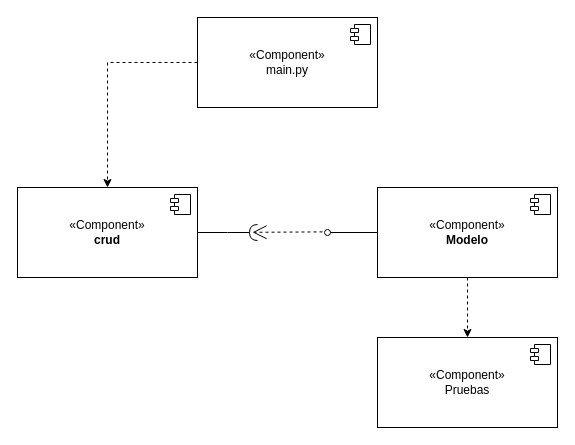
This is Diagrama sin título.drawio from josedavidmarin/COMP, a draw.io file, before an edit. Source tidied: cells renumbered, new cells numbered last; positions are measured from the earlier drawing's top-left corner, leaving out a move shared by most shapes. Both pictures are drawn from the tidied source at 100%, with x=0, y=0 at pixel (17, 17).
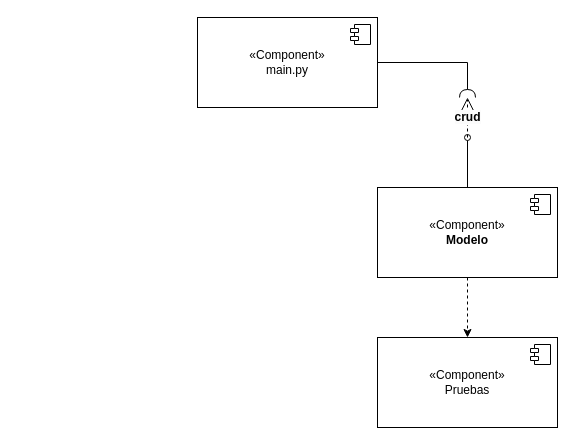
After the change.

What changed in the source:
```diff
@@
 <mxGraphModel>
   <root>
     <mxCell id="0" />
     <mxCell id="1" parent="0" />
-    <mxCell id="2" style="endArrow=open;endFill=1;endSize=12;html=1;rounded=0;dashed=1;" parent="1" edge="1">
+    <mxCell id="2" value="&lt;b style=&quot;font-size: 12px; text-wrap: wrap; background-color: rgb(251, 251, 251);&quot;&gt;crud&lt;/b&gt;" style="endArrow=open;endFill=1;endSize=12;html=1;rounded=0;dashed=1;" parent="1" edge="1">
       <mxGeometry relative="1" as="geometry">
-        <mxPoint x="305" y="214.4" as="sourcePoint" />
-        <mxPoint x="235" y="214.8" as="targetPoint" />
+        <mxPoint x="450" y="120" as="sourcePoint" />
+        <mxPoint x="450" y="80" as="targetPoint" />
       </mxGeometry>
     </mxCell>
-    <mxCell id="3" style="edgeStyle=orthogonalEdgeStyle;rounded=0;jettySize=auto;html=1;exitX=0;exitY=0.5;exitDx=0;exitDy=0;entryX=0.5;entryY=0;entryDx=0;entryDy=0;dashed=1;" parent="1" edge="1" source="4" target="11">
-      <mxGeometry relative="1" as="geometry" />
-    </mxCell>
     <mxCell id="4" value="«Component»&lt;div&gt;main.py&lt;/div&gt;" style="html=1;whiteSpace=wrap;" parent="1" vertex="1">
       <mxGeometry x="180" width="180" height="90" as="geometry" />
     </mxCell>
     <mxCell id="5" style="shape=module;jettyWidth=8;jettyHeight=4;" parent="4" vertex="1">
       <mxGeometry x="1" width="20" height="20" relative="1" as="geometry">
         <mxPoint x="-27" y="7" as="offset" />
       </mxGeometry>
     </mxCell>
-    <mxCell id="6" style="edgeStyle=orthogonalEdgeStyle;rounded=0;jettySize=auto;html=1;exitX=0;exitY=0.5;exitDx=0;exitDy=0;endArrow=oval;endFill=0;" parent="1" edge="1" source="8">
+    <mxCell id="6" style="edgeStyle=orthogonalEdgeStyle;rounded=0;jettySize=auto;html=1;exitX=0.5;exitY=0;exitDx=0;exitDy=0;endArrow=oval;endFill=0;" parent="1" edge="1" source="8">
       <mxGeometry relative="1" as="geometry">
-        <mxPoint x="310" y="215" as="targetPoint" />
+        <mxPoint x="450" y="120" as="targetPoint" />
       </mxGeometry>
     </mxCell>
     <mxCell id="7" style="edgeStyle=orthogonalEdgeStyle;rounded=0;jettySize=auto;html=1;entryX=0.5;entryY=0;entryDx=0;entryDy=0;dashed=1;" parent="1" edge="1" source="8" target="13">
       <mxGeometry relative="1" as="geometry" />
     </mxCell>
     <mxCell id="8" value="«Component»&lt;br&gt;&lt;b&gt;Modelo&lt;/b&gt;" style="html=1;whiteSpace=wrap;" parent="1" vertex="1">
       <mxGeometry x="360" y="170" width="180" height="90" as="geometry" />
     </mxCell>
     <mxCell id="9" style="shape=module;jettyWidth=8;jettyHeight=4;" parent="8" vertex="1">
       <mxGeometry x="1" width="20" height="20" relative="1" as="geometry">
         <mxPoint x="-27" y="7" as="offset" />
       </mxGeometry>
     </mxCell>
-    <mxCell id="10" style="edgeStyle=orthogonalEdgeStyle;rounded=0;jettySize=auto;html=1;exitX=1;exitY=0.5;exitDx=0;exitDy=0;endArrow=halfCircle;endFill=0;" parent="1" edge="1" source="11">
+    <mxCell id="10" style="edgeStyle=orthogonalEdgeStyle;rounded=0;jettySize=auto;html=1;exitX=1;exitY=0.5;exitDx=0;exitDy=0;endArrow=halfCircle;endFill=0;" parent="1" edge="1" source="4">
       <mxGeometry relative="1" as="geometry">
-        <mxPoint x="240" y="215" as="targetPoint" />
+        <mxPoint x="450" y="80" as="targetPoint" />
+        <Array as="points">
+          <mxPoint x="450" y="45" />
+        </Array>
       </mxGeometry>
     </mxCell>
-    <mxCell id="11" value="«Component»&lt;br&gt;&lt;b&gt;crud&lt;/b&gt;" style="html=1;whiteSpace=wrap;" parent="1" vertex="1">
-      <mxGeometry y="170" width="180" height="90" as="geometry" />
-    </mxCell>
-    <mxCell id="12" style="shape=module;jettyWidth=8;jettyHeight=4;" parent="11" vertex="1">
-      <mxGeometry x="1" width="20" height="20" relative="1" as="geometry">
-        <mxPoint x="-27" y="7" as="offset" />
-      </mxGeometry>
-    </mxCell>
     <mxCell id="13" value="«Component»&lt;div&gt;Pruebas&lt;/div&gt;" style="html=1;whiteSpace=wrap;" parent="1" vertex="1">
       <mxGeometry x="360" y="320" width="180" height="90" as="geometry" />
     </mxCell>
     <mxCell id="14" style="shape=module;jettyWidth=8;jettyHeight=4;" parent="13" vertex="1">
       <mxGeometry x="1" width="20" height="20" relative="1" as="geometry">
         <mxPoint x="-27" y="7" as="offset" />
       </mxGeometry>
     </mxCell>
   </root>
 </mxGraphModel>
```
